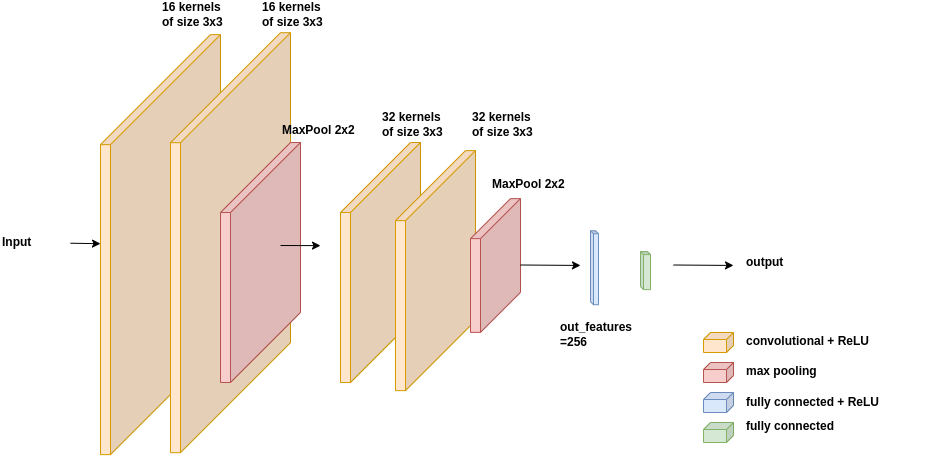
Earlier version of the draw.io export course-work-conv.png (UOS-COMP6252/year23). Source tidied: cells renumbered, new cells last; positions are measured from the earlier drawing's top-left corner, leaving out a move shared by most shapes. Its diagram source:
```xml
<mxGraphModel>
  <root>
    <mxCell id="0" />
    <mxCell id="1" parent="0" />
    <mxCell id="2" style="shape=cube;whiteSpace=wrap;html=1;boundedLbl=1;backgroundOutline=1;darkOpacity=0.05;darkOpacity2=0.1;size=110;direction=east;flipH=1;fillColor=#ffe6cc;strokeColor=#d79b00;" parent="1" vertex="1">
      <mxGeometry x="100" y="32.1" width="120" height="420" as="geometry" />
    </mxCell>
    <mxCell id="3" style="shape=cube;whiteSpace=wrap;html=1;boundedLbl=1;backgroundOutline=1;darkOpacity=0.05;darkOpacity2=0.1;size=3;direction=south;flipH=1;fillColor=#dae8fc;strokeColor=#6c8ebf;" parent="1" vertex="1">
      <mxGeometry x="590" y="228.2" width="8" height="74" as="geometry" />
    </mxCell>
    <mxCell id="4" style="shape=cube;whiteSpace=wrap;html=1;boundedLbl=1;backgroundOutline=1;darkOpacity=0.05;darkOpacity2=0.1;size=7;direction=east;flipH=1;fillColor=#ffe6cc;strokeColor=#d79b00;" parent="1" vertex="1">
      <mxGeometry x="703" y="330" width="30" height="20" as="geometry" />
    </mxCell>
    <mxCell id="5" style="shape=cube;whiteSpace=wrap;html=1;boundedLbl=1;backgroundOutline=1;darkOpacity=0.05;darkOpacity2=0.1;size=7;direction=east;flipH=1;fillColor=#f8cecc;strokeColor=#b85450;" parent="1" vertex="1">
      <mxGeometry x="703" y="360" width="30" height="20" as="geometry" />
    </mxCell>
    <mxCell id="6" style="shape=cube;whiteSpace=wrap;html=1;boundedLbl=1;backgroundOutline=1;darkOpacity=0.05;darkOpacity2=0.1;size=7;direction=east;flipH=1;fillColor=#dae8fc;strokeColor=#6c8ebf;" parent="1" vertex="1">
      <mxGeometry x="703" y="390" width="30" height="20" as="geometry" />
    </mxCell>
    <mxCell id="7" style="shape=cube;whiteSpace=wrap;html=1;boundedLbl=1;backgroundOutline=1;darkOpacity=0.05;darkOpacity2=0.1;size=3;direction=south;flipH=1;fillColor=#d5e8d4;strokeColor=#82b366;" parent="1" vertex="1">
      <mxGeometry x="640" y="249.1" width="10" height="38" as="geometry" />
    </mxCell>
    <mxCell id="8" style="shape=cube;whiteSpace=wrap;html=1;boundedLbl=1;backgroundOutline=1;darkOpacity=0.05;darkOpacity2=0.1;size=7;direction=east;flipH=1;fillColor=#d5e8d4;strokeColor=#82b366;" parent="1" vertex="1">
      <mxGeometry x="703" y="420" width="30" height="20" as="geometry" />
    </mxCell>
    <mxCell id="9" value="convolutional + ReLU" style="text;html=1;strokeColor=none;fillColor=none;align=left;verticalAlign=middle;whiteSpace=wrap;rounded=0;fontStyle=1;" parent="1" vertex="1">
      <mxGeometry x="744" y="327.1" width="186" height="23.9" as="geometry" />
    </mxCell>
    <mxCell id="10" value="max pooling" style="text;html=1;strokeColor=none;fillColor=none;align=left;verticalAlign=middle;whiteSpace=wrap;rounded=0;fontStyle=1;" parent="1" vertex="1">
      <mxGeometry x="744" y="357.1" width="138" height="23.9" as="geometry" />
    </mxCell>
    <mxCell id="11" value="fully connected + ReLU" style="text;html=1;strokeColor=none;fillColor=none;align=left;verticalAlign=middle;whiteSpace=wrap;rounded=0;fontStyle=1;" parent="1" vertex="1">
      <mxGeometry x="744" y="388.1" width="138" height="23.9" as="geometry" />
    </mxCell>
    <mxCell id="12" value="fully connected&amp;nbsp;" style="text;html=1;strokeColor=none;fillColor=none;align=left;verticalAlign=middle;whiteSpace=wrap;rounded=0;fontStyle=1;" parent="1" vertex="1">
      <mxGeometry x="744" y="412" width="138" height="23.9" as="geometry" />
    </mxCell>
    <mxCell id="13" style="shape=cube;whiteSpace=wrap;html=1;boundedLbl=1;backgroundOutline=1;darkOpacity=0.05;darkOpacity2=0.1;size=110;direction=east;flipH=1;fillColor=#ffe6cc;strokeColor=#d79b00;" parent="1" vertex="1">
      <mxGeometry x="170" y="30.2" width="120" height="420" as="geometry" />
    </mxCell>
    <mxCell id="14" style="shape=cube;whiteSpace=wrap;html=1;boundedLbl=1;backgroundOutline=1;darkOpacity=0.05;darkOpacity2=0.1;size=70;direction=east;flipH=1;fillColor=#f8cecc;strokeColor=#b85450;" parent="1" vertex="1">
      <mxGeometry x="220" y="140" width="80" height="240" as="geometry" />
    </mxCell>
    <mxCell id="15" style="shape=cube;whiteSpace=wrap;html=1;boundedLbl=1;backgroundOutline=1;darkOpacity=0.05;darkOpacity2=0.1;size=70;direction=east;flipH=1;fillColor=#ffe6cc;strokeColor=#d79b00;" parent="1" vertex="1">
      <mxGeometry x="340" y="140" width="80" height="240" as="geometry" />
    </mxCell>
    <mxCell id="16" style="shape=cube;whiteSpace=wrap;html=1;boundedLbl=1;backgroundOutline=1;darkOpacity=0.05;darkOpacity2=0.1;size=70;direction=east;flipH=1;fillColor=#ffe6cc;strokeColor=#d79b00;" parent="1" vertex="1">
      <mxGeometry x="395" y="148.1" width="80" height="240" as="geometry" />
    </mxCell>
    <mxCell id="17" style="shape=cube;whiteSpace=wrap;html=1;boundedLbl=1;backgroundOutline=1;darkOpacity=0.05;darkOpacity2=0.1;size=40;direction=east;flipH=1;fillColor=#f8cecc;strokeColor=#b85450;" parent="1" vertex="1">
      <mxGeometry x="470" y="196.1" width="50" height="133.8" as="geometry" />
    </mxCell>
    <mxCell id="18" value="Input" style="text;html=1;strokeColor=none;fillColor=none;align=left;verticalAlign=middle;whiteSpace=wrap;rounded=0;fontStyle=1;" parent="1" vertex="1">
      <mxGeometry y="228.2" width="70" height="23.9" as="geometry" />
    </mxCell>
    <mxCell id="19" style="endArrow=classic;html=1;rounded=0;" parent="1" edge="1" source="18" target="2">
      <mxGeometry relative="1" as="geometry" />
    </mxCell>
    <mxCell id="20" style="endArrow=classic;html=1;rounded=0;" parent="1" edge="1">
      <mxGeometry relative="1" as="geometry">
        <mxPoint x="280" y="243" as="sourcePoint" />
        <mxPoint x="320" y="243.1" as="targetPoint" />
      </mxGeometry>
    </mxCell>
    <mxCell id="21" style="endArrow=classic;html=1;rounded=0;" parent="1" edge="1">
      <mxGeometry relative="1" as="geometry">
        <mxPoint x="520" y="262.5" as="sourcePoint" />
        <mxPoint x="580" y="262.9" as="targetPoint" />
      </mxGeometry>
    </mxCell>
    <mxCell id="22" style="endArrow=classic;html=1;rounded=0;" parent="1" edge="1">
      <mxGeometry relative="1" as="geometry">
        <mxPoint x="673" y="262.5" as="sourcePoint" />
        <mxPoint x="733" y="262.9" as="targetPoint" />
      </mxGeometry>
    </mxCell>
    <mxCell id="23" value="output" style="text;html=1;strokeColor=none;fillColor=none;align=left;verticalAlign=middle;whiteSpace=wrap;rounded=0;fontStyle=1;" parent="1" vertex="1">
      <mxGeometry x="744" y="248.1" width="70" height="23.9" as="geometry" />
    </mxCell>
    <mxCell id="24" value="16 kernels&lt;br&gt;of size 3x3" style="text;html=1;strokeColor=none;fillColor=none;align=left;verticalAlign=middle;whiteSpace=wrap;rounded=0;fontStyle=1;" parent="1" vertex="1">
      <mxGeometry x="160" width="80" height="23.9" as="geometry" />
    </mxCell>
    <mxCell id="25" value="16 kernels &lt;br&gt;of size 3x3" style="text;html=1;strokeColor=none;fillColor=none;align=left;verticalAlign=middle;whiteSpace=wrap;rounded=0;fontStyle=1;" parent="1" vertex="1">
      <mxGeometry x="260" width="70" height="23.9" as="geometry" />
    </mxCell>
    <mxCell id="26" value="32 kernels &lt;br&gt;of size 3x3" style="text;html=1;strokeColor=none;fillColor=none;align=left;verticalAlign=middle;whiteSpace=wrap;rounded=0;fontStyle=1;" parent="1" vertex="1">
      <mxGeometry x="380" y="110" width="70" height="23.9" as="geometry" />
    </mxCell>
    <mxCell id="27" value="32 kernels &lt;br&gt;of size 3x3" style="text;html=1;strokeColor=none;fillColor=none;align=left;verticalAlign=middle;whiteSpace=wrap;rounded=0;fontStyle=1;" parent="1" vertex="1">
      <mxGeometry x="470" y="110" width="70" height="23.9" as="geometry" />
    </mxCell>
    <mxCell id="28" value="MaxPool 2x2" style="text;html=1;strokeColor=none;fillColor=none;align=left;verticalAlign=middle;whiteSpace=wrap;rounded=0;fontStyle=1;" parent="1" vertex="1">
      <mxGeometry x="280" y="116.1" width="80" height="23.9" as="geometry" />
    </mxCell>
    <mxCell id="29" value="MaxPool 2x2" style="text;html=1;strokeColor=none;fillColor=none;align=left;verticalAlign=middle;whiteSpace=wrap;rounded=0;fontStyle=1;" parent="1" vertex="1">
      <mxGeometry x="490" y="170" width="80" height="23.9" as="geometry" />
    </mxCell>
    <mxCell id="30" value="out_features&lt;br&gt;=256" style="text;html=1;strokeColor=none;fillColor=none;align=left;verticalAlign=middle;whiteSpace=wrap;rounded=0;fontStyle=1;" parent="1" vertex="1">
      <mxGeometry x="558" y="320" width="80" height="23.9" as="geometry" />
    </mxCell>
  </root>
</mxGraphModel>
```
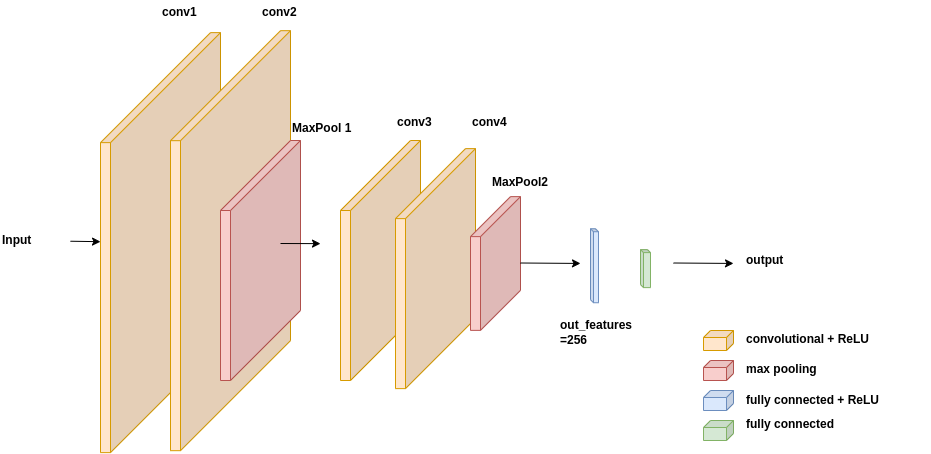
Later version of the same file.

Change to the diagram source:
```diff
@@ -77,22 +77,22 @@
     <mxCell id="23" value="output" style="text;html=1;strokeColor=none;fillColor=none;align=left;verticalAlign=middle;whiteSpace=wrap;rounded=0;fontStyle=1;" parent="1" vertex="1">
       <mxGeometry x="744" y="248.1" width="70" height="23.9" as="geometry" />
     </mxCell>
-    <mxCell id="24" value="16 kernels&lt;br&gt;of size 3x3" style="text;html=1;strokeColor=none;fillColor=none;align=left;verticalAlign=middle;whiteSpace=wrap;rounded=0;fontStyle=1;" parent="1" vertex="1">
+    <mxCell id="24" value="conv1" style="text;html=1;strokeColor=none;fillColor=none;align=left;verticalAlign=middle;whiteSpace=wrap;rounded=0;fontStyle=1;" parent="1" vertex="1">
       <mxGeometry x="160" width="80" height="23.9" as="geometry" />
     </mxCell>
-    <mxCell id="25" value="16 kernels &lt;br&gt;of size 3x3" style="text;html=1;strokeColor=none;fillColor=none;align=left;verticalAlign=middle;whiteSpace=wrap;rounded=0;fontStyle=1;" parent="1" vertex="1">
+    <mxCell id="25" value="conv2" style="text;html=1;strokeColor=none;fillColor=none;align=left;verticalAlign=middle;whiteSpace=wrap;rounded=0;fontStyle=1;" parent="1" vertex="1">
       <mxGeometry x="260" width="70" height="23.9" as="geometry" />
     </mxCell>
-    <mxCell id="26" value="32 kernels &lt;br&gt;of size 3x3" style="text;html=1;strokeColor=none;fillColor=none;align=left;verticalAlign=middle;whiteSpace=wrap;rounded=0;fontStyle=1;" parent="1" vertex="1">
-      <mxGeometry x="380" y="110" width="70" height="23.9" as="geometry" />
+    <mxCell id="26" value="conv3" style="text;html=1;strokeColor=none;fillColor=none;align=left;verticalAlign=middle;whiteSpace=wrap;rounded=0;fontStyle=1;" parent="1" vertex="1">
+      <mxGeometry x="395" y="110" width="70" height="23.9" as="geometry" />
     </mxCell>
-    <mxCell id="27" value="32 kernels &lt;br&gt;of size 3x3" style="text;html=1;strokeColor=none;fillColor=none;align=left;verticalAlign=middle;whiteSpace=wrap;rounded=0;fontStyle=1;" parent="1" vertex="1">
+    <mxCell id="27" value="conv4" style="text;html=1;strokeColor=none;fillColor=none;align=left;verticalAlign=middle;whiteSpace=wrap;rounded=0;fontStyle=1;" parent="1" vertex="1">
       <mxGeometry x="470" y="110" width="70" height="23.9" as="geometry" />
     </mxCell>
-    <mxCell id="28" value="MaxPool 2x2" style="text;html=1;strokeColor=none;fillColor=none;align=left;verticalAlign=middle;whiteSpace=wrap;rounded=0;fontStyle=1;" parent="1" vertex="1">
-      <mxGeometry x="280" y="116.1" width="80" height="23.9" as="geometry" />
+    <mxCell id="28" value="MaxPool 1" style="text;html=1;strokeColor=none;fillColor=none;align=left;verticalAlign=middle;whiteSpace=wrap;rounded=0;fontStyle=1;" parent="1" vertex="1">
+      <mxGeometry x="290" y="116.1" width="80" height="23.9" as="geometry" />
     </mxCell>
-    <mxCell id="29" value="MaxPool 2x2" style="text;html=1;strokeColor=none;fillColor=none;align=left;verticalAlign=middle;whiteSpace=wrap;rounded=0;fontStyle=1;" parent="1" vertex="1">
+    <mxCell id="29" value="MaxPool2" style="text;html=1;strokeColor=none;fillColor=none;align=left;verticalAlign=middle;whiteSpace=wrap;rounded=0;fontStyle=1;" parent="1" vertex="1">
       <mxGeometry x="490" y="170" width="80" height="23.9" as="geometry" />
     </mxCell>
     <mxCell id="30" value="out_features&lt;br&gt;=256" style="text;html=1;strokeColor=none;fillColor=none;align=left;verticalAlign=middle;whiteSpace=wrap;rounded=0;fontStyle=1;" parent="1" vertex="1">
```
